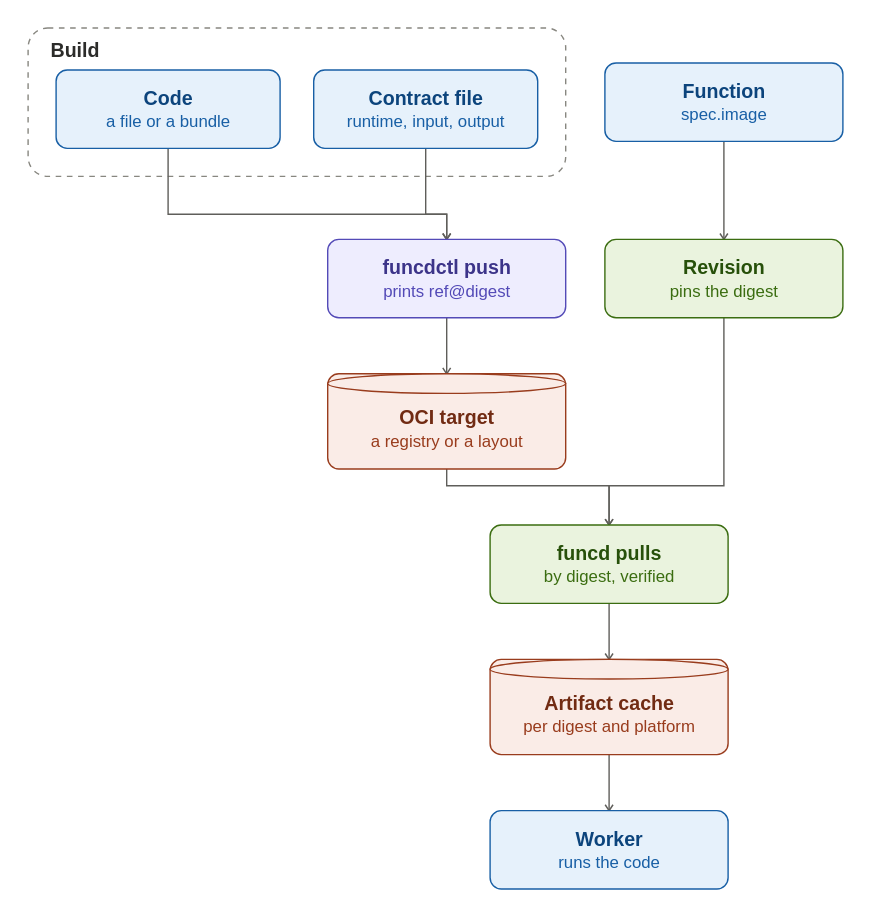
This is docs/guide/assets/artifacts.drawio.svg from pyvvo/funcd, a draw.io export, as it was before one commit. Source tidied: cells renumbered, new cells last; positions are measured from the earlier drawing's top-left corner, leaving out a move shared by most shapes. Its diagram source:
```xml
<mxGraphModel>
  <root>
    <mxCell id="0" />
    <mxCell id="1" parent="0" />
    <mxCell id="2" value="Build" style="rounded=1;absoluteArcSize=1;arcSize=28;dashed=1;fillColor=none;strokeColor=#888780;fontStyle=1;fontSize=14;fontColor=#2C2C2A;align=left;verticalAlign=top;spacingLeft=10;spacingTop=2;html=1;" parent="1" vertex="1">
      <mxGeometry width="384" height="106" as="geometry" />
    </mxCell>
    <mxCell id="3" value="&lt;b&gt;Code&lt;/b&gt;&lt;br&gt;&lt;font style=&quot;font-size:12px&quot; color=&quot;#185FA5&quot;&gt;a file or a bundle&lt;/font&gt;" style="rounded=1;absoluteArcSize=1;arcSize=16;whiteSpace=wrap;html=1;fillColor=#E6F1FB;strokeColor=#185FA5;fontColor=#0C447C;fontSize=14;" parent="2" vertex="1">
      <mxGeometry x="20" y="30" width="160" height="56" as="geometry" />
    </mxCell>
    <mxCell id="4" value="&lt;b&gt;Contract file&lt;/b&gt;&lt;br&gt;&lt;font style=&quot;font-size:12px&quot; color=&quot;#185FA5&quot;&gt;runtime, input, output&lt;/font&gt;" style="rounded=1;absoluteArcSize=1;arcSize=16;whiteSpace=wrap;html=1;fillColor=#E6F1FB;strokeColor=#185FA5;fontColor=#0C447C;fontSize=14;" parent="2" vertex="1">
      <mxGeometry x="204" y="30" width="160" height="56" as="geometry" />
    </mxCell>
    <mxCell id="5" value="&lt;b&gt;funcdctl push&lt;/b&gt;&lt;br&gt;&lt;font style=&quot;font-size:12px&quot; color=&quot;#534AB7&quot;&gt;prints ref@digest&lt;/font&gt;" style="rounded=1;absoluteArcSize=1;arcSize=16;whiteSpace=wrap;html=1;fillColor=#EEEDFE;strokeColor=#534AB7;fontColor=#3C3489;fontSize=14;" parent="1" vertex="1">
      <mxGeometry x="214" y="151" width="170" height="56" as="geometry" />
    </mxCell>
    <mxCell id="6" value="&lt;b&gt;OCI target&lt;/b&gt;&lt;br&gt;&lt;font style=&quot;font-size:12px&quot; color=&quot;#993C1D&quot;&gt;a registry or a layout&lt;/font&gt;" style="shape=cylinder3;boundedLbl=1;size=8;whiteSpace=wrap;html=1;fillColor=#FAECE7;strokeColor=#993C1D;fontColor=#712B13;fontSize=14;" parent="1" vertex="1">
      <mxGeometry x="214" y="247" width="170" height="68" as="geometry" />
    </mxCell>
    <mxCell id="7" value="&lt;b&gt;Function&lt;/b&gt;&lt;br&gt;&lt;font style=&quot;font-size:12px&quot; color=&quot;#185FA5&quot;&gt;spec.image&lt;/font&gt;" style="rounded=1;absoluteArcSize=1;arcSize=16;whiteSpace=wrap;html=1;fillColor=#E6F1FB;strokeColor=#185FA5;fontColor=#0C447C;fontSize=14;" parent="1" vertex="1">
      <mxGeometry x="412" y="25" width="170" height="56" as="geometry" />
    </mxCell>
    <mxCell id="8" value="&lt;b&gt;Revision&lt;/b&gt;&lt;br&gt;&lt;font style=&quot;font-size:12px&quot; color=&quot;#3B6D11&quot;&gt;pins the digest&lt;/font&gt;" style="rounded=1;absoluteArcSize=1;arcSize=16;whiteSpace=wrap;html=1;fillColor=#EAF3DE;strokeColor=#3B6D11;fontColor=#27500A;fontSize=14;" parent="1" vertex="1">
      <mxGeometry x="412" y="151" width="170" height="56" as="geometry" />
    </mxCell>
    <mxCell id="9" value="&lt;b&gt;funcd pulls&lt;/b&gt;&lt;br&gt;&lt;font style=&quot;font-size:12px&quot; color=&quot;#3B6D11&quot;&gt;by digest, verified&lt;/font&gt;" style="rounded=1;absoluteArcSize=1;arcSize=16;whiteSpace=wrap;html=1;fillColor=#EAF3DE;strokeColor=#3B6D11;fontColor=#27500A;fontSize=14;" parent="1" vertex="1">
      <mxGeometry x="330" y="355" width="170" height="56" as="geometry" />
    </mxCell>
    <mxCell id="10" value="&lt;b&gt;Artifact cache&lt;/b&gt;&lt;br&gt;&lt;font style=&quot;font-size:12px&quot; color=&quot;#993C1D&quot;&gt;per digest and platform&lt;/font&gt;" style="shape=cylinder3;boundedLbl=1;size=8;whiteSpace=wrap;html=1;fillColor=#FAECE7;strokeColor=#993C1D;fontColor=#712B13;fontSize=14;" parent="1" vertex="1">
      <mxGeometry x="330" y="451" width="170" height="68" as="geometry" />
    </mxCell>
    <mxCell id="11" value="&lt;b&gt;Worker&lt;/b&gt;&lt;br&gt;&lt;font style=&quot;font-size:12px&quot; color=&quot;#185FA5&quot;&gt;runs the code&lt;/font&gt;" style="rounded=1;absoluteArcSize=1;arcSize=16;whiteSpace=wrap;html=1;fillColor=#E6F1FB;strokeColor=#185FA5;fontColor=#0C447C;fontSize=14;" parent="1" vertex="1">
      <mxGeometry x="330" y="559" width="170" height="56" as="geometry" />
    </mxCell>
    <mxCell id="12" style="edgeStyle=orthogonalEdgeStyle;rounded=0;html=1;jettySize=auto;strokeColor=#5F5E5A;fontColor=#5F5E5A;fontSize=12;labelBackgroundColor=#FFFFFF;endSize=7;endArrow=open;endFill=0;exitX=0.5;exitY=1;exitDx=0;exitDy=0;exitPerimeter=0;entryX=0.5;entryY=0;entryDx=0;entryDy=0;entryPerimeter=0;" parent="1" edge="1" source="3" target="5">
      <mxGeometry relative="1" as="geometry">
        <Array as="points">
          <mxPoint x="100" y="133" />
          <mxPoint x="299" y="133" />
        </Array>
      </mxGeometry>
    </mxCell>
    <mxCell id="13" style="edgeStyle=orthogonalEdgeStyle;rounded=0;html=1;jettySize=auto;strokeColor=#5F5E5A;fontColor=#5F5E5A;fontSize=12;labelBackgroundColor=#FFFFFF;endSize=7;endArrow=open;endFill=0;exitX=0.5;exitY=1;exitDx=0;exitDy=0;exitPerimeter=0;entryX=0.5;entryY=0;entryDx=0;entryDy=0;entryPerimeter=0;" parent="1" edge="1" source="4" target="5">
      <mxGeometry relative="1" as="geometry">
        <Array as="points">
          <mxPoint x="284" y="133" />
          <mxPoint x="299" y="133" />
        </Array>
      </mxGeometry>
    </mxCell>
    <mxCell id="14" style="edgeStyle=orthogonalEdgeStyle;rounded=0;html=1;jettySize=auto;strokeColor=#5F5E5A;fontColor=#5F5E5A;fontSize=12;labelBackgroundColor=#FFFFFF;endSize=7;endArrow=open;endFill=0;exitX=0.5;exitY=1;exitDx=0;exitDy=0;exitPerimeter=0;entryX=0.5;entryY=0;entryDx=0;entryDy=0;entryPerimeter=0;" parent="1" edge="1" source="5" target="6">
      <mxGeometry relative="1" as="geometry" />
    </mxCell>
    <mxCell id="15" style="edgeStyle=orthogonalEdgeStyle;rounded=0;html=1;jettySize=auto;strokeColor=#5F5E5A;fontColor=#5F5E5A;fontSize=12;labelBackgroundColor=#FFFFFF;endSize=7;endArrow=open;endFill=0;exitX=0.5;exitY=1;exitDx=0;exitDy=0;exitPerimeter=0;entryX=0.5;entryY=0;entryDx=0;entryDy=0;entryPerimeter=0;" parent="1" edge="1" source="7" target="8">
      <mxGeometry relative="1" as="geometry" />
    </mxCell>
    <mxCell id="16" style="edgeStyle=orthogonalEdgeStyle;rounded=0;html=1;jettySize=auto;strokeColor=#5F5E5A;fontColor=#5F5E5A;fontSize=12;labelBackgroundColor=#FFFFFF;endSize=7;endArrow=open;endFill=0;exitX=0.5;exitY=1;exitDx=0;exitDy=0;exitPerimeter=0;entryX=0.5;entryY=0;entryDx=0;entryDy=0;entryPerimeter=0;" parent="1" edge="1" source="8" target="9">
      <mxGeometry relative="1" as="geometry">
        <Array as="points">
          <mxPoint x="497" y="327" />
          <mxPoint x="415" y="327" />
        </Array>
      </mxGeometry>
    </mxCell>
    <mxCell id="17" style="edgeStyle=orthogonalEdgeStyle;rounded=0;html=1;jettySize=auto;strokeColor=#5F5E5A;fontColor=#5F5E5A;fontSize=12;labelBackgroundColor=#FFFFFF;endSize=7;endArrow=open;endFill=0;exitX=0.5;exitY=1;exitDx=0;exitDy=0;exitPerimeter=0;entryX=0.5;entryY=0;entryDx=0;entryDy=0;entryPerimeter=0;" parent="1" edge="1" source="6" target="9">
      <mxGeometry relative="1" as="geometry">
        <Array as="points">
          <mxPoint x="299" y="327" />
          <mxPoint x="415" y="327" />
        </Array>
      </mxGeometry>
    </mxCell>
    <mxCell id="18" style="edgeStyle=orthogonalEdgeStyle;rounded=0;html=1;jettySize=auto;strokeColor=#5F5E5A;fontColor=#5F5E5A;fontSize=12;labelBackgroundColor=#FFFFFF;endSize=7;endArrow=open;endFill=0;exitX=0.5;exitY=1;exitDx=0;exitDy=0;exitPerimeter=0;entryX=0.5;entryY=0;entryDx=0;entryDy=0;entryPerimeter=0;" parent="1" edge="1" source="9" target="10">
      <mxGeometry relative="1" as="geometry" />
    </mxCell>
    <mxCell id="19" style="edgeStyle=orthogonalEdgeStyle;rounded=0;html=1;jettySize=auto;strokeColor=#5F5E5A;fontColor=#5F5E5A;fontSize=12;labelBackgroundColor=#FFFFFF;endSize=7;endArrow=open;endFill=0;exitX=0.5;exitY=1;exitDx=0;exitDy=0;exitPerimeter=0;entryX=0.5;entryY=0;entryDx=0;entryDy=0;entryPerimeter=0;" parent="1" edge="1" source="10" target="11">
      <mxGeometry relative="1" as="geometry" />
    </mxCell>
  </root>
</mxGraphModel>
```
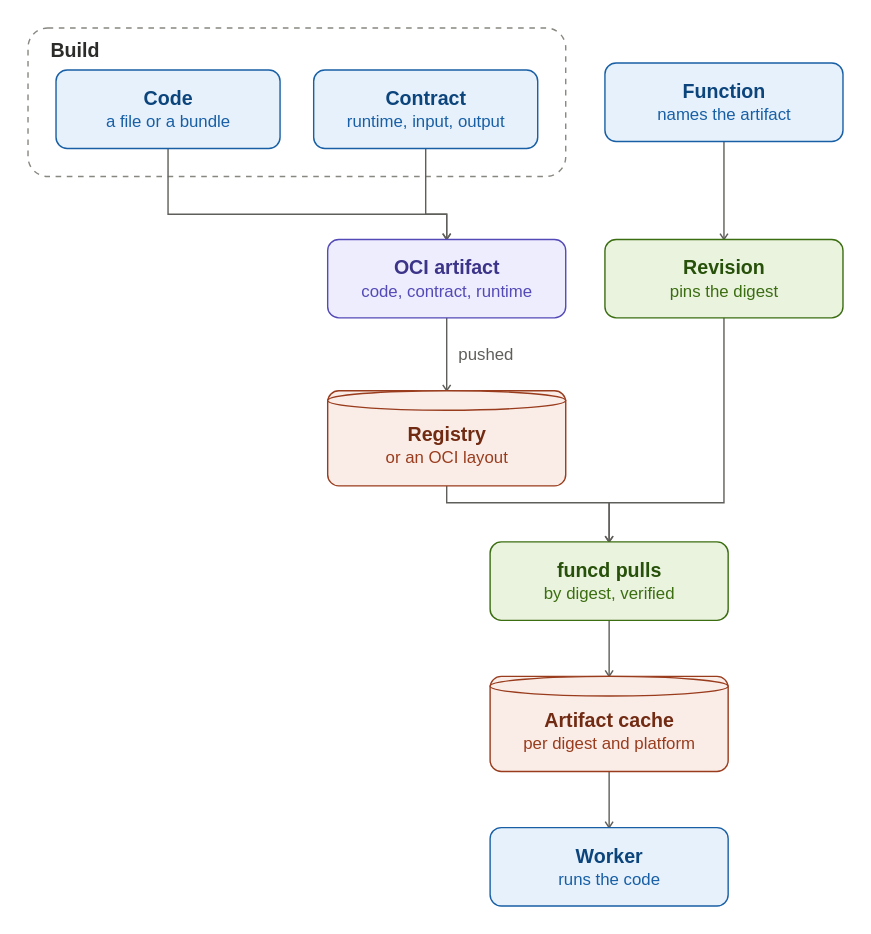
Above is the later version.

Commit message:
docs(guide): the Artifacts page explains the concept, and leaves specs and commands to a later chapter

The Platform chapter explains concepts, and a later Developer chapter will hold the specs and the commands. The page
and its diagram drop the funcdctl commands, the Function manifest and the spec fields: they say what an artifact
holds, how a Revision pins its digest, how funcd pulls and caches it, and how platforms, registries, Sites and App
templates fit in.

Diff of the diagram source:
```diff
@@ -8,29 +8,29 @@
     <mxCell id="3" value="&lt;b&gt;Code&lt;/b&gt;&lt;br&gt;&lt;font style=&quot;font-size:12px&quot; color=&quot;#185FA5&quot;&gt;a file or a bundle&lt;/font&gt;" style="rounded=1;absoluteArcSize=1;arcSize=16;whiteSpace=wrap;html=1;fillColor=#E6F1FB;strokeColor=#185FA5;fontColor=#0C447C;fontSize=14;" parent="2" vertex="1">
       <mxGeometry x="20" y="30" width="160" height="56" as="geometry" />
     </mxCell>
-    <mxCell id="4" value="&lt;b&gt;Contract file&lt;/b&gt;&lt;br&gt;&lt;font style=&quot;font-size:12px&quot; color=&quot;#185FA5&quot;&gt;runtime, input, output&lt;/font&gt;" style="rounded=1;absoluteArcSize=1;arcSize=16;whiteSpace=wrap;html=1;fillColor=#E6F1FB;strokeColor=#185FA5;fontColor=#0C447C;fontSize=14;" parent="2" vertex="1">
+    <mxCell id="4" value="&lt;b&gt;Contract&lt;/b&gt;&lt;br&gt;&lt;font style=&quot;font-size:12px&quot; color=&quot;#185FA5&quot;&gt;runtime, input, output&lt;/font&gt;" style="rounded=1;absoluteArcSize=1;arcSize=16;whiteSpace=wrap;html=1;fillColor=#E6F1FB;strokeColor=#185FA5;fontColor=#0C447C;fontSize=14;" parent="2" vertex="1">
       <mxGeometry x="204" y="30" width="160" height="56" as="geometry" />
     </mxCell>
-    <mxCell id="5" value="&lt;b&gt;funcdctl push&lt;/b&gt;&lt;br&gt;&lt;font style=&quot;font-size:12px&quot; color=&quot;#534AB7&quot;&gt;prints ref@digest&lt;/font&gt;" style="rounded=1;absoluteArcSize=1;arcSize=16;whiteSpace=wrap;html=1;fillColor=#EEEDFE;strokeColor=#534AB7;fontColor=#3C3489;fontSize=14;" parent="1" vertex="1">
+    <mxCell id="5" value="&lt;b&gt;OCI artifact&lt;/b&gt;&lt;br&gt;&lt;font style=&quot;font-size:12px&quot; color=&quot;#534AB7&quot;&gt;code, contract, runtime&lt;/font&gt;" style="rounded=1;absoluteArcSize=1;arcSize=16;whiteSpace=wrap;html=1;fillColor=#EEEDFE;strokeColor=#534AB7;fontColor=#3C3489;fontSize=14;" parent="1" vertex="1">
       <mxGeometry x="214" y="151" width="170" height="56" as="geometry" />
     </mxCell>
-    <mxCell id="6" value="&lt;b&gt;OCI target&lt;/b&gt;&lt;br&gt;&lt;font style=&quot;font-size:12px&quot; color=&quot;#993C1D&quot;&gt;a registry or a layout&lt;/font&gt;" style="shape=cylinder3;boundedLbl=1;size=8;whiteSpace=wrap;html=1;fillColor=#FAECE7;strokeColor=#993C1D;fontColor=#712B13;fontSize=14;" parent="1" vertex="1">
-      <mxGeometry x="214" y="247" width="170" height="68" as="geometry" />
+    <mxCell id="6" value="&lt;b&gt;Registry&lt;/b&gt;&lt;br&gt;&lt;font style=&quot;font-size:12px&quot; color=&quot;#993C1D&quot;&gt;or an OCI layout&lt;/font&gt;" style="shape=cylinder3;boundedLbl=1;size=8;whiteSpace=wrap;html=1;fillColor=#FAECE7;strokeColor=#993C1D;fontColor=#712B13;fontSize=14;" parent="1" vertex="1">
+      <mxGeometry x="214" y="259" width="170" height="68" as="geometry" />
     </mxCell>
-    <mxCell id="7" value="&lt;b&gt;Function&lt;/b&gt;&lt;br&gt;&lt;font style=&quot;font-size:12px&quot; color=&quot;#185FA5&quot;&gt;spec.image&lt;/font&gt;" style="rounded=1;absoluteArcSize=1;arcSize=16;whiteSpace=wrap;html=1;fillColor=#E6F1FB;strokeColor=#185FA5;fontColor=#0C447C;fontSize=14;" parent="1" vertex="1">
+    <mxCell id="7" value="&lt;b&gt;Function&lt;/b&gt;&lt;br&gt;&lt;font style=&quot;font-size:12px&quot; color=&quot;#185FA5&quot;&gt;names the artifact&lt;/font&gt;" style="rounded=1;absoluteArcSize=1;arcSize=16;whiteSpace=wrap;html=1;fillColor=#E6F1FB;strokeColor=#185FA5;fontColor=#0C447C;fontSize=14;" parent="1" vertex="1">
       <mxGeometry x="412" y="25" width="170" height="56" as="geometry" />
     </mxCell>
     <mxCell id="8" value="&lt;b&gt;Revision&lt;/b&gt;&lt;br&gt;&lt;font style=&quot;font-size:12px&quot; color=&quot;#3B6D11&quot;&gt;pins the digest&lt;/font&gt;" style="rounded=1;absoluteArcSize=1;arcSize=16;whiteSpace=wrap;html=1;fillColor=#EAF3DE;strokeColor=#3B6D11;fontColor=#27500A;fontSize=14;" parent="1" vertex="1">
       <mxGeometry x="412" y="151" width="170" height="56" as="geometry" />
     </mxCell>
     <mxCell id="9" value="&lt;b&gt;funcd pulls&lt;/b&gt;&lt;br&gt;&lt;font style=&quot;font-size:12px&quot; color=&quot;#3B6D11&quot;&gt;by digest, verified&lt;/font&gt;" style="rounded=1;absoluteArcSize=1;arcSize=16;whiteSpace=wrap;html=1;fillColor=#EAF3DE;strokeColor=#3B6D11;fontColor=#27500A;fontSize=14;" parent="1" vertex="1">
-      <mxGeometry x="330" y="355" width="170" height="56" as="geometry" />
+      <mxGeometry x="330" y="367" width="170" height="56" as="geometry" />
     </mxCell>
     <mxCell id="10" value="&lt;b&gt;Artifact cache&lt;/b&gt;&lt;br&gt;&lt;font style=&quot;font-size:12px&quot; color=&quot;#993C1D&quot;&gt;per digest and platform&lt;/font&gt;" style="shape=cylinder3;boundedLbl=1;size=8;whiteSpace=wrap;html=1;fillColor=#FAECE7;strokeColor=#993C1D;fontColor=#712B13;fontSize=14;" parent="1" vertex="1">
-      <mxGeometry x="330" y="451" width="170" height="68" as="geometry" />
+      <mxGeometry x="330" y="463" width="170" height="68" as="geometry" />
     </mxCell>
     <mxCell id="11" value="&lt;b&gt;Worker&lt;/b&gt;&lt;br&gt;&lt;font style=&quot;font-size:12px&quot; color=&quot;#185FA5&quot;&gt;runs the code&lt;/font&gt;" style="rounded=1;absoluteArcSize=1;arcSize=16;whiteSpace=wrap;html=1;fillColor=#E6F1FB;strokeColor=#185FA5;fontColor=#0C447C;fontSize=14;" parent="1" vertex="1">
-      <mxGeometry x="330" y="559" width="170" height="56" as="geometry" />
+      <mxGeometry x="330" y="571" width="170" height="56" as="geometry" />
     </mxCell>
     <mxCell id="12" style="edgeStyle=orthogonalEdgeStyle;rounded=0;html=1;jettySize=auto;strokeColor=#5F5E5A;fontColor=#5F5E5A;fontSize=12;labelBackgroundColor=#FFFFFF;endSize=7;endArrow=open;endFill=0;exitX=0.5;exitY=1;exitDx=0;exitDy=0;exitPerimeter=0;entryX=0.5;entryY=0;entryDx=0;entryDy=0;entryPerimeter=0;" parent="1" edge="1" source="3" target="5">
       <mxGeometry relative="1" as="geometry">
@@ -48,8 +48,10 @@
         </Array>
       </mxGeometry>
     </mxCell>
-    <mxCell id="14" style="edgeStyle=orthogonalEdgeStyle;rounded=0;html=1;jettySize=auto;strokeColor=#5F5E5A;fontColor=#5F5E5A;fontSize=12;labelBackgroundColor=#FFFFFF;endSize=7;endArrow=open;endFill=0;exitX=0.5;exitY=1;exitDx=0;exitDy=0;exitPerimeter=0;entryX=0.5;entryY=0;entryDx=0;entryDy=0;entryPerimeter=0;" parent="1" edge="1" source="5" target="6">
-      <mxGeometry relative="1" as="geometry" />
+    <mxCell id="14" value="pushed" style="edgeStyle=orthogonalEdgeStyle;rounded=0;html=1;jettySize=auto;strokeColor=#5F5E5A;fontColor=#5F5E5A;fontSize=12;labelBackgroundColor=#FFFFFF;endSize=7;endArrow=open;endFill=0;exitX=0.5;exitY=1;exitDx=0;exitDy=0;exitPerimeter=0;entryX=0.5;entryY=0;entryDx=0;entryDy=0;entryPerimeter=0;" parent="1" edge="1" source="5" target="6">
+      <mxGeometry relative="1" as="geometry">
+        <mxPoint x="28" as="offset" />
+      </mxGeometry>
     </mxCell>
     <mxCell id="15" style="edgeStyle=orthogonalEdgeStyle;rounded=0;html=1;jettySize=auto;strokeColor=#5F5E5A;fontColor=#5F5E5A;fontSize=12;labelBackgroundColor=#FFFFFF;endSize=7;endArrow=open;endFill=0;exitX=0.5;exitY=1;exitDx=0;exitDy=0;exitPerimeter=0;entryX=0.5;entryY=0;entryDx=0;entryDy=0;entryPerimeter=0;" parent="1" edge="1" source="7" target="8">
       <mxGeometry relative="1" as="geometry" />
@@ -57,16 +59,16 @@
     <mxCell id="16" style="edgeStyle=orthogonalEdgeStyle;rounded=0;html=1;jettySize=auto;strokeColor=#5F5E5A;fontColor=#5F5E5A;fontSize=12;labelBackgroundColor=#FFFFFF;endSize=7;endArrow=open;endFill=0;exitX=0.5;exitY=1;exitDx=0;exitDy=0;exitPerimeter=0;entryX=0.5;entryY=0;entryDx=0;entryDy=0;entryPerimeter=0;" parent="1" edge="1" source="8" target="9">
       <mxGeometry relative="1" as="geometry">
         <Array as="points">
-          <mxPoint x="497" y="327" />
-          <mxPoint x="415" y="327" />
+          <mxPoint x="497" y="339" />
+          <mxPoint x="415" y="339" />
         </Array>
       </mxGeometry>
     </mxCell>
     <mxCell id="17" style="edgeStyle=orthogonalEdgeStyle;rounded=0;html=1;jettySize=auto;strokeColor=#5F5E5A;fontColor=#5F5E5A;fontSize=12;labelBackgroundColor=#FFFFFF;endSize=7;endArrow=open;endFill=0;exitX=0.5;exitY=1;exitDx=0;exitDy=0;exitPerimeter=0;entryX=0.5;entryY=0;entryDx=0;entryDy=0;entryPerimeter=0;" parent="1" edge="1" source="6" target="9">
       <mxGeometry relative="1" as="geometry">
         <Array as="points">
-          <mxPoint x="299" y="327" />
-          <mxPoint x="415" y="327" />
+          <mxPoint x="299" y="339" />
+          <mxPoint x="415" y="339" />
         </Array>
       </mxGeometry>
     </mxCell>
```
